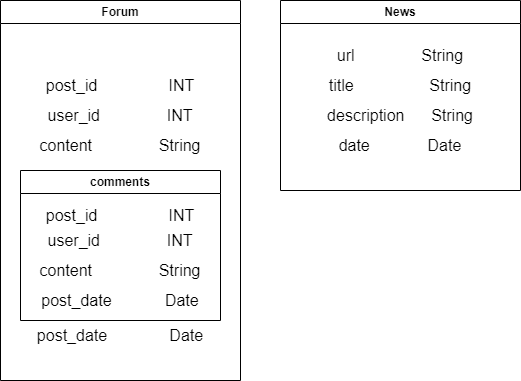
The draw.io diagram MER/NoSql_EDEN.drawio.png in Luminary-Team/eden-database-2, before a commit. Source tidied: cells renumbered, new cells last; positions are measured from the earlier drawing's top-left corner, leaving out a move shared by most shapes.
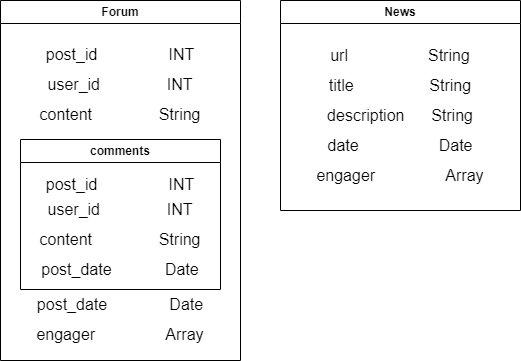
The same file after the commit.

Commit message:
Atualizando o Modelo do NoSql(Mongo DB)

The edit, as a diff of the source:
```diff
@@ -3,16 +3,16 @@
     <mxCell id="0" />
     <mxCell id="1" parent="0" />
     <mxCell id="2" value="Forum" style="swimlane;whiteSpace=wrap;html=1;" parent="1" vertex="1">
-      <mxGeometry width="240" height="380" as="geometry" />
+      <mxGeometry width="240" height="360" as="geometry" />
     </mxCell>
     <mxCell id="3" value="user_id&amp;nbsp; &amp;nbsp; &amp;nbsp; &amp;nbsp; &amp;nbsp; &amp;nbsp; &amp;nbsp; &amp;nbsp;INT" style="text;html=1;align=center;verticalAlign=middle;whiteSpace=wrap;rounded=0;fontSize=16;" parent="2" vertex="1">
-      <mxGeometry x="20" y="100" width="200" height="30" as="geometry" />
+      <mxGeometry x="20" y="69" width="200" height="30" as="geometry" />
     </mxCell>
     <mxCell id="4" value="content&amp;nbsp; &amp;nbsp; &amp;nbsp; &amp;nbsp; &amp;nbsp; &amp;nbsp; &amp;nbsp; &amp;nbsp;String" style="text;html=1;align=center;verticalAlign=middle;whiteSpace=wrap;rounded=0;fontSize=16;" parent="2" vertex="1">
-      <mxGeometry x="20" y="130" width="200" height="30" as="geometry" />
+      <mxGeometry x="20" y="99" width="200" height="30" as="geometry" />
     </mxCell>
     <mxCell id="5" value="comments" style="swimlane;whiteSpace=wrap;html=1;" parent="2" vertex="1">
-      <mxGeometry x="20" y="170" width="200" height="150" as="geometry" />
+      <mxGeometry x="20" y="139" width="200" height="150" as="geometry" />
     </mxCell>
     <mxCell id="6" value="user_id&amp;nbsp; &amp;nbsp; &amp;nbsp; &amp;nbsp; &amp;nbsp; &amp;nbsp; &amp;nbsp; &amp;nbsp;INT" style="text;html=1;align=center;verticalAlign=middle;whiteSpace=wrap;rounded=0;fontSize=16;" parent="5" vertex="1">
       <mxGeometry y="55" width="200" height="30" as="geometry" />
@@ -27,15 +27,18 @@
       <mxGeometry y="30" width="200" height="30" as="geometry" />
     </mxCell>
     <mxCell id="10" value="post_date&amp;nbsp; &amp;nbsp; &amp;nbsp; &amp;nbsp; &amp;nbsp; &amp;nbsp; &amp;nbsp; Date" style="text;html=1;align=center;verticalAlign=middle;whiteSpace=wrap;rounded=0;fontSize=16;" parent="2" vertex="1">
-      <mxGeometry x="20" y="320" width="200" height="30" as="geometry" />
+      <mxGeometry x="20" y="289" width="200" height="30" as="geometry" />
     </mxCell>
     <mxCell id="11" value="post_id&amp;nbsp; &amp;nbsp; &amp;nbsp; &amp;nbsp; &amp;nbsp; &amp;nbsp; &amp;nbsp; &amp;nbsp; INT" style="text;html=1;align=center;verticalAlign=middle;whiteSpace=wrap;rounded=0;fontSize=16;" parent="2" vertex="1">
-      <mxGeometry x="20" y="70" width="200" height="30" as="geometry" />
+      <mxGeometry x="20" y="39" width="200" height="30" as="geometry" />
     </mxCell>
+    <mxCell id="17" value="engager&amp;nbsp; &amp;nbsp; &amp;nbsp; &amp;nbsp; &amp;nbsp; &amp;nbsp; &amp;nbsp; &amp;nbsp; Array" style="text;html=1;align=center;verticalAlign=middle;whiteSpace=wrap;rounded=0;fontSize=16;" parent="2" vertex="1">
+      <mxGeometry x="20" y="319" width="200" height="30" as="geometry" />
+    </mxCell>
     <mxCell id="12" value="News" style="swimlane;whiteSpace=wrap;html=1;" parent="1" vertex="1">
-      <mxGeometry x="280" width="240" height="190" as="geometry" />
+      <mxGeometry x="280" width="240" height="210" as="geometry" />
     </mxCell>
-    <mxCell id="13" value="url&amp;nbsp; &amp;nbsp; &amp;nbsp; &amp;nbsp; &amp;nbsp; &amp;nbsp; &amp;nbsp; &amp;nbsp;String" style="text;html=1;align=center;verticalAlign=middle;whiteSpace=wrap;rounded=0;fontSize=16;" parent="12" vertex="1">
+    <mxCell id="13" value="url&amp;nbsp; &amp;nbsp; &amp;nbsp; &amp;nbsp; &amp;nbsp; &amp;nbsp; &amp;nbsp; &amp;nbsp; &amp;nbsp; String" style="text;html=1;align=center;verticalAlign=middle;whiteSpace=wrap;rounded=0;fontSize=16;" parent="12" vertex="1">
       <mxGeometry x="20" y="40" width="200" height="30" as="geometry" />
     </mxCell>
     <mxCell id="14" value="title&amp;nbsp; &amp;nbsp; &amp;nbsp; &amp;nbsp; &amp;nbsp; &amp;nbsp; &amp;nbsp; &amp;nbsp; &amp;nbsp;String" style="text;html=1;align=center;verticalAlign=middle;whiteSpace=wrap;rounded=0;fontSize=16;" parent="12" vertex="1">
@@ -44,8 +47,11 @@
     <mxCell id="15" value="description&amp;nbsp; &amp;nbsp; &amp;nbsp; String" style="text;html=1;align=center;verticalAlign=middle;whiteSpace=wrap;rounded=0;fontSize=16;" parent="12" vertex="1">
       <mxGeometry x="20" y="100" width="200" height="30" as="geometry" />
     </mxCell>
-    <mxCell id="16" value="date&amp;nbsp; &amp;nbsp; &amp;nbsp; &amp;nbsp; &amp;nbsp; &amp;nbsp; &amp;nbsp;Date" style="text;html=1;align=center;verticalAlign=middle;whiteSpace=wrap;rounded=0;fontSize=16;" parent="12" vertex="1">
+    <mxCell id="16" value="date&amp;nbsp; &amp;nbsp; &amp;nbsp; &amp;nbsp; &amp;nbsp; &amp;nbsp; &amp;nbsp; &amp;nbsp; &amp;nbsp; Date" style="text;html=1;align=center;verticalAlign=middle;whiteSpace=wrap;rounded=0;fontSize=16;" parent="12" vertex="1">
       <mxGeometry x="20" y="130" width="200" height="30" as="geometry" />
     </mxCell>
+    <mxCell id="18" value="engager&amp;nbsp; &amp;nbsp; &amp;nbsp; &amp;nbsp; &amp;nbsp; &amp;nbsp; &amp;nbsp; &amp;nbsp; Array" style="text;html=1;align=center;verticalAlign=middle;whiteSpace=wrap;rounded=0;fontSize=16;" parent="12" vertex="1">
+      <mxGeometry x="20" y="160" width="200" height="30" as="geometry" />
+    </mxCell>
   </root>
 </mxGraphModel>
```
